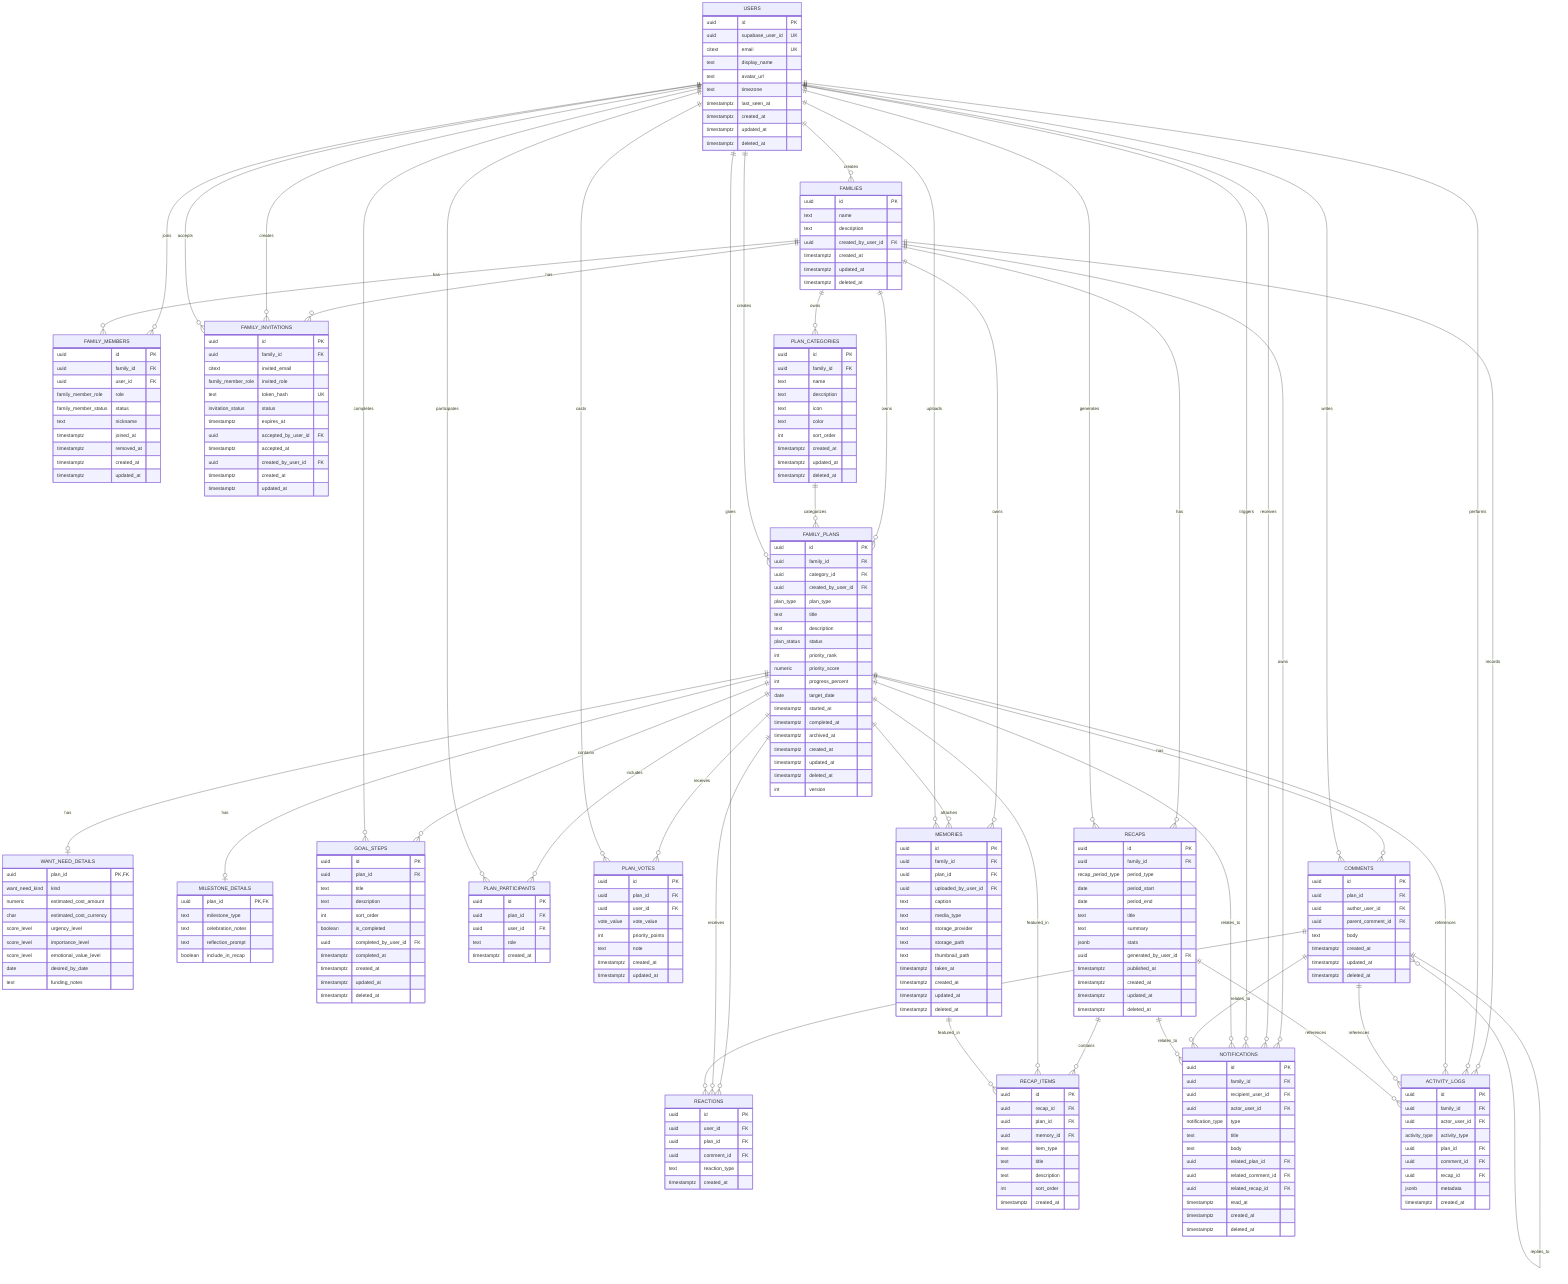
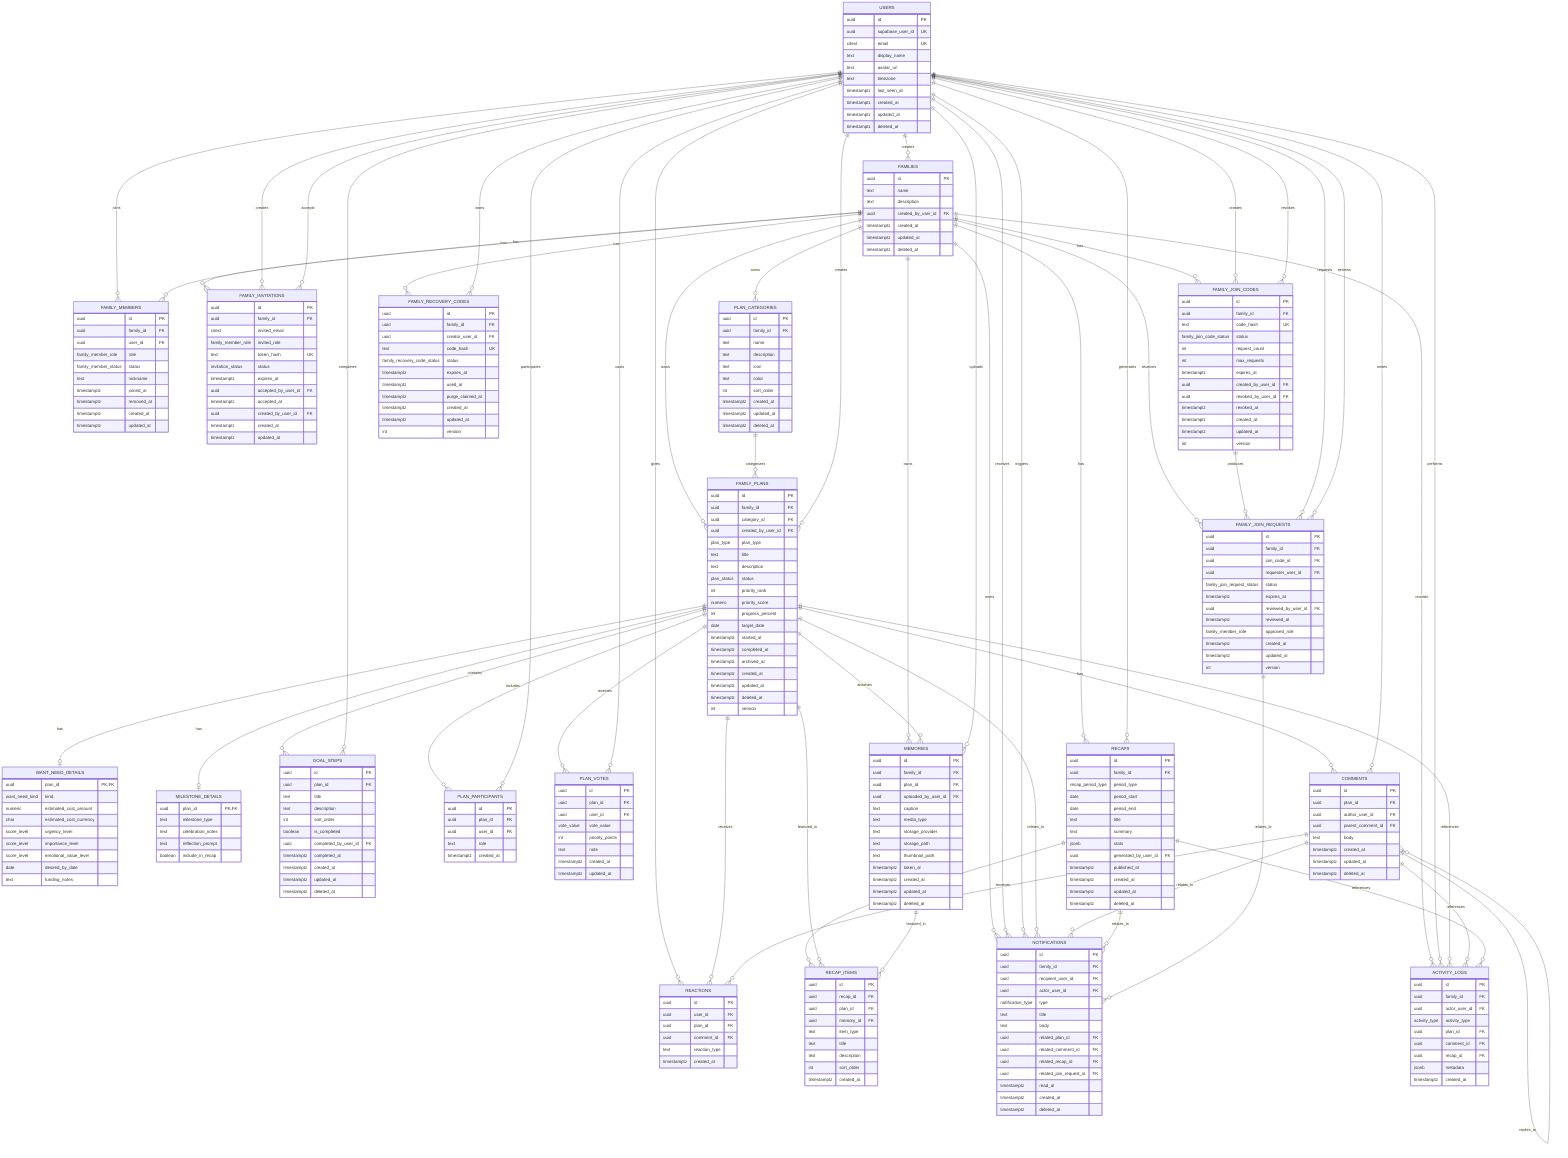
erDiagram
    USERS {
        uuid id PK
        uuid supabase_user_id UK
        citext email UK
        text display_name
        text avatar_url
        text timezone
        timestamptz last_seen_at
        timestamptz created_at
        timestamptz updated_at
        timestamptz deleted_at
    }

    FAMILIES {
        uuid id PK
        text name
        text description
        uuid created_by_user_id FK
        timestamptz created_at
        timestamptz updated_at
        timestamptz deleted_at
    }

    FAMILY_MEMBERS {
        uuid id PK
        uuid family_id FK
        uuid user_id FK
        family_member_role role
        family_member_status status
        text nickname
        timestamptz joined_at
        timestamptz removed_at
        timestamptz created_at
        timestamptz updated_at
    }

    FAMILY_INVITATIONS {
        uuid id PK
        uuid family_id FK
        citext invited_email
        family_member_role invited_role
        text token_hash UK
        invitation_status status
        timestamptz expires_at
        uuid accepted_by_user_id FK
        timestamptz accepted_at
        uuid created_by_user_id FK
        timestamptz created_at
        timestamptz updated_at
+     }
+ 
+     FAMILY_JOIN_CODES {
+         uuid id PK
+         uuid family_id FK
+         text code_hash UK
+         family_join_code_status status
+         int request_count
+         int max_requests
+         timestamptz expires_at
+         uuid created_by_user_id FK
+         uuid revoked_by_user_id FK
+         timestamptz revoked_at
+         timestamptz created_at
+         timestamptz updated_at
+         int version
+     }
+ 
+     FAMILY_JOIN_REQUESTS {
+         uuid id PK
+         uuid family_id FK
+         uuid join_code_id FK
+         uuid requester_user_id FK
+         family_join_request_status status
+         timestamptz expires_at
+         uuid reviewed_by_user_id FK
+         timestamptz reviewed_at
+         family_member_role approved_role
+         timestamptz created_at
+         timestamptz updated_at
+         int version
+     }
+ 
+     FAMILY_RECOVERY_CODES {
+         uuid id PK
+         uuid family_id FK
+         uuid creator_user_id FK
+         text code_hash UK
+         family_recovery_code_status status
+         timestamptz expires_at
+         timestamptz used_at
+         timestamptz purge_claimed_at
+         timestamptz created_at
+         timestamptz updated_at
+         int version
    }

    PLAN_CATEGORIES {
        uuid id PK
        uuid family_id FK
        text name
        text description
        text icon
        text color
        int sort_order
        timestamptz created_at
        timestamptz updated_at
        timestamptz deleted_at
    }

    FAMILY_PLANS {
        uuid id PK
        uuid family_id FK
        uuid category_id FK
        uuid created_by_user_id FK
        plan_type plan_type
        text title
        text description
        plan_status status
        int priority_rank
        numeric priority_score
        int progress_percent
        date target_date
        timestamptz started_at
        timestamptz completed_at
        timestamptz archived_at
        timestamptz created_at
        timestamptz updated_at
        timestamptz deleted_at
        int version
    }

    WANT_NEED_DETAILS {
        uuid plan_id PK, FK
        want_need_kind kind
        numeric estimated_cost_amount
        char estimated_cost_currency
        score_level urgency_level
        score_level importance_level
        score_level emotional_value_level
        date desired_by_date
        text funding_notes
    }

    MILESTONE_DETAILS {
        uuid plan_id PK, FK
        text milestone_type
        text celebration_notes
        text reflection_prompt
        boolean include_in_recap
    }

    GOAL_STEPS {
        uuid id PK
        uuid plan_id FK
        text title
        text description
        int sort_order
        boolean is_completed
        uuid completed_by_user_id FK
        timestamptz completed_at
        timestamptz created_at
        timestamptz updated_at
        timestamptz deleted_at
    }

    PLAN_PARTICIPANTS {
        uuid id PK
        uuid plan_id FK
        uuid user_id FK
        text role
        timestamptz created_at
    }

    PLAN_VOTES {
        uuid id PK
        uuid plan_id FK
        uuid user_id FK
        vote_value vote_value
        int priority_points
        text note
        timestamptz created_at
        timestamptz updated_at
    }

    COMMENTS {
        uuid id PK
        uuid plan_id FK
        uuid author_user_id FK
        uuid parent_comment_id FK
        text body
        timestamptz created_at
        timestamptz updated_at
        timestamptz deleted_at
    }

    REACTIONS {
        uuid id PK
        uuid user_id FK
        uuid plan_id FK
        uuid comment_id FK
        text reaction_type
        timestamptz created_at
    }

    MEMORIES {
        uuid id PK
        uuid family_id FK
        uuid plan_id FK
        uuid uploaded_by_user_id FK
        text caption
        text media_type
        text storage_provider
        text storage_path
        text thumbnail_path
        timestamptz taken_at
        timestamptz created_at
        timestamptz updated_at
        timestamptz deleted_at
    }

    RECAPS {
        uuid id PK
        uuid family_id FK
        recap_period_type period_type
        date period_start
        date period_end
        text title
        text summary
        jsonb stats
        uuid generated_by_user_id FK
        timestamptz published_at
        timestamptz created_at
        timestamptz updated_at
        timestamptz deleted_at
    }

    RECAP_ITEMS {
        uuid id PK
        uuid recap_id FK
        uuid plan_id FK
        uuid memory_id FK
        text item_type
        text title
        text description
        int sort_order
        timestamptz created_at
    }

    NOTIFICATIONS {
        uuid id PK
        uuid family_id FK
        uuid recipient_user_id FK
        uuid actor_user_id FK
        notification_type type
        text title
        text body
        uuid related_plan_id FK
        uuid related_comment_id FK
        uuid related_recap_id FK
+         uuid related_join_request_id FK
        timestamptz read_at
        timestamptz created_at
        timestamptz deleted_at
    }

    ACTIVITY_LOGS {
        uuid id PK
        uuid family_id FK
        uuid actor_user_id FK
        activity_type activity_type
        uuid plan_id FK
        uuid comment_id FK
        uuid recap_id FK
        jsonb metadata
        timestamptz created_at
    }

    USERS ||--o{ FAMILIES : creates
    USERS ||--o{ FAMILY_MEMBERS : joins
    FAMILIES ||--o{ FAMILY_MEMBERS : has

    FAMILIES ||--o{ FAMILY_INVITATIONS : has
    USERS ||--o{ FAMILY_INVITATIONS : creates
    USERS ||--o{ FAMILY_INVITATIONS : accepts
+ 
+     FAMILIES ||--o{ FAMILY_JOIN_CODES : has
+     USERS ||--o{ FAMILY_JOIN_CODES : creates
+     USERS ||--o{ FAMILY_JOIN_CODES : revokes
+     FAMILIES ||--o{ FAMILY_JOIN_REQUESTS : receives
+     FAMILY_JOIN_CODES ||--o{ FAMILY_JOIN_REQUESTS : produces
+     USERS ||--o{ FAMILY_JOIN_REQUESTS : requests
+     USERS ||--o{ FAMILY_JOIN_REQUESTS : reviews
+     FAMILIES ||--o{ FAMILY_RECOVERY_CODES : has
+     USERS ||--o{ FAMILY_RECOVERY_CODES : owns

    FAMILIES ||--o{ PLAN_CATEGORIES : owns
    FAMILIES ||--o{ FAMILY_PLANS : owns
    PLAN_CATEGORIES ||--o{ FAMILY_PLANS : categorizes
    USERS ||--o{ FAMILY_PLANS : creates

    FAMILY_PLANS ||--o| WANT_NEED_DETAILS : has
    FAMILY_PLANS ||--o| MILESTONE_DETAILS : has

    FAMILY_PLANS ||--o{ GOAL_STEPS : contains
    USERS ||--o{ GOAL_STEPS : completes

    FAMILY_PLANS ||--o{ PLAN_PARTICIPANTS : includes
    USERS ||--o{ PLAN_PARTICIPANTS : participates

    FAMILY_PLANS ||--o{ PLAN_VOTES : receives
    USERS ||--o{ PLAN_VOTES : casts

    FAMILY_PLANS ||--o{ COMMENTS : has
    USERS ||--o{ COMMENTS : writes
    COMMENTS ||--o{ COMMENTS : replies_to

    USERS ||--o{ REACTIONS : gives
    FAMILY_PLANS ||--o{ REACTIONS : receives
    COMMENTS ||--o{ REACTIONS : receives

    FAMILIES ||--o{ MEMORIES : owns
    FAMILY_PLANS ||--o{ MEMORIES : attaches
    USERS ||--o{ MEMORIES : uploads

    FAMILIES ||--o{ RECAPS : has
    USERS ||--o{ RECAPS : generates
    RECAPS ||--o{ RECAP_ITEMS : contains
    FAMILY_PLANS ||--o{ RECAP_ITEMS : featured_in
    MEMORIES ||--o{ RECAP_ITEMS : featured_in

    FAMILIES ||--o{ NOTIFICATIONS : owns
    USERS ||--o{ NOTIFICATIONS : receives
    USERS ||--o{ NOTIFICATIONS : triggers
    FAMILY_PLANS ||--o{ NOTIFICATIONS : relates_to
    COMMENTS ||--o{ NOTIFICATIONS : relates_to
    RECAPS ||--o{ NOTIFICATIONS : relates_to
+     FAMILY_JOIN_REQUESTS ||--o{ NOTIFICATIONS : relates_to

    FAMILIES ||--o{ ACTIVITY_LOGS : records
    USERS ||--o{ ACTIVITY_LOGS : performs
    FAMILY_PLANS ||--o{ ACTIVITY_LOGS : references
    COMMENTS ||--o{ ACTIVITY_LOGS : references
-     RECAPS ||--o{ ACTIVITY_LOGS : references+     RECAPS ||--o{ ACTIVITY_LOGS : references
